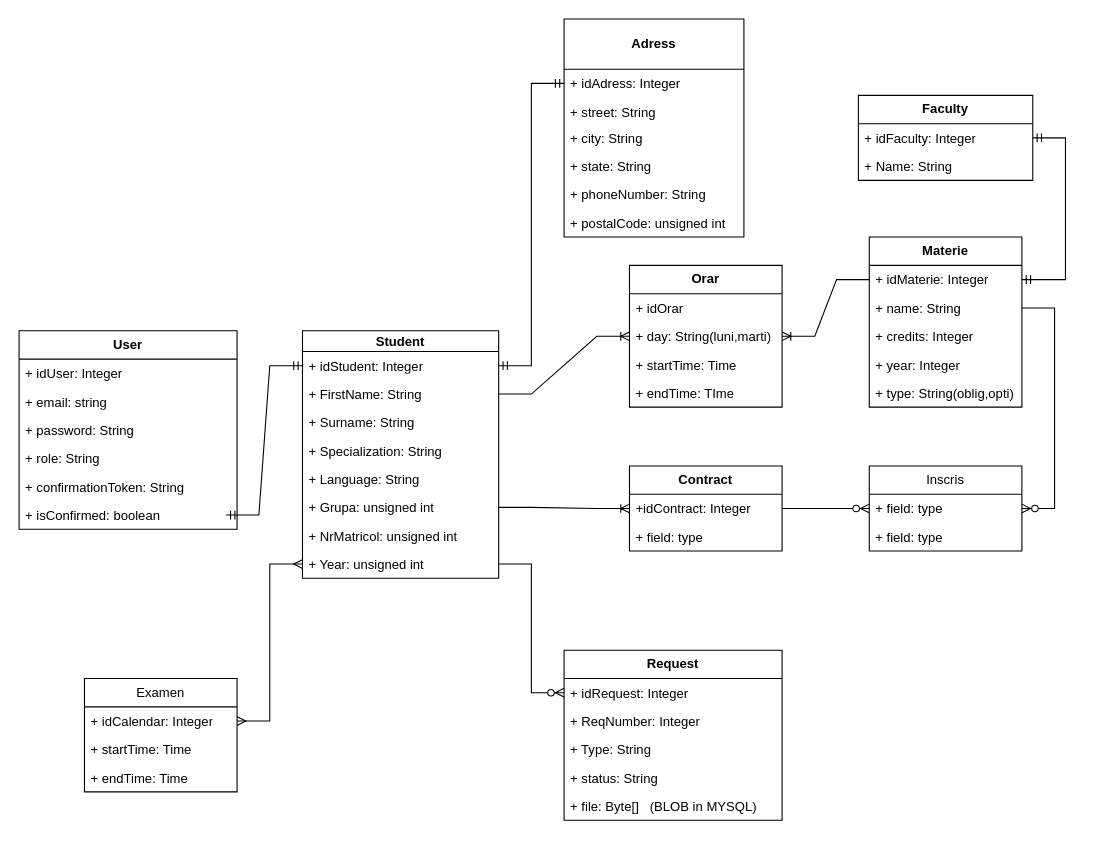
BuneaAlex/academicinfo keeps this draw.io diagram as DiagramaDB-StudInfo.drawio. Above is the earlier version. Source tidied: cells renumbered, new cells numbered last; positions are measured from the earlier drawing's top-left corner, leaving out a move shared by most shapes. Both pictures are drawn from the tidied source at 109%, with x=0, y=0 at pixel (19, 19).
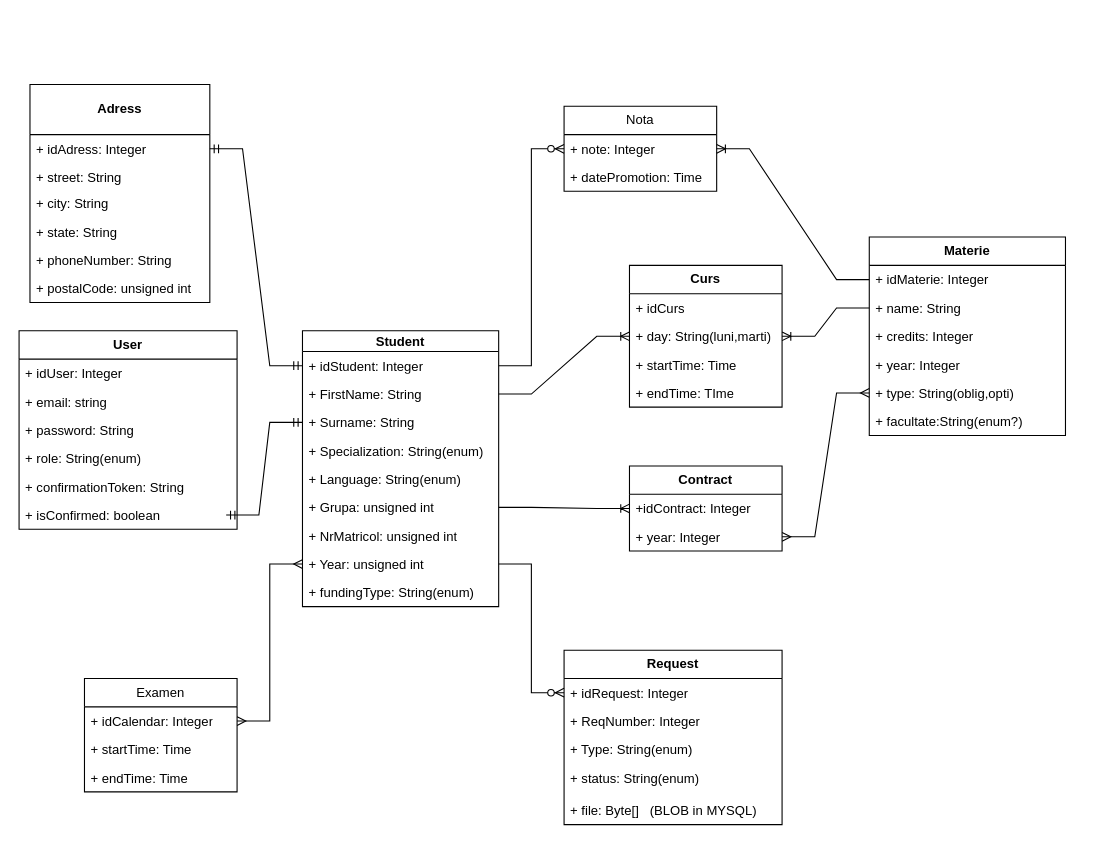
Above is the later version.

Commit message:
Database diagram v2

The change refers to these unchanged cells:
```xml
<mxCell id="2" value="&lt;b&gt;User&lt;/b&gt;" style="swimlane;fontStyle=0;horizontal=1;startSize=26;fillColor=none;whiteSpace=wrap;html=1;" parent="1" vertex="1">
  <mxGeometry y="286" width="200" height="182" as="geometry" />
</mxCell>
<mxCell id="11" value="+ idStudent: Integer" style="text;strokeColor=none;fillColor=none;align=left;verticalAlign=top;spacingLeft=4;spacingRight=4;overflow=hidden;points=[[0,0.5],[1,0.5]];portConstraint=eastwest;whiteSpace=wrap;html=1;" parent="10" vertex="1">
  <mxGeometry y="19" width="180" height="26" as="geometry" />
</mxCell>
<mxCell id="13" value="+ Surname: String" style="text;align=left;verticalAlign=top;spacingLeft=4;spacingRight=4;overflow=hidden;points=[[0,0.5],[1,0.5]];portConstraint=eastwest;" parent="10" vertex="1">
  <mxGeometry y="71" width="180" height="26" as="geometry" />
</mxCell>
<mxCell id="20" value="+ idAdress: Integer" style="text;strokeColor=none;fillColor=none;align=left;verticalAlign=top;spacingLeft=4;spacingRight=4;overflow=hidden;points=[[0,0.5],[1,0.5]];portConstraint=eastwest;whiteSpace=wrap;html=1;" parent="19" vertex="1">
  <mxGeometry y="46" width="165" height="26" as="geometry" />
</mxCell>
<mxCell id="41" value="&lt;b&gt;Contract&lt;/b&gt;" style="swimlane;fontStyle=0;horizontal=1;startSize=26;fillColor=none;whiteSpace=wrap;html=1;" parent="1" vertex="1">
  <mxGeometry x="560" y="410" width="140" height="78" as="geometry" />
</mxCell>
<mxCell id="42" value="+idContract: Integer" style="text;strokeColor=none;fillColor=none;align=left;verticalAlign=top;spacingLeft=4;spacingRight=4;overflow=hidden;points=[[0,0.5],[1,0.5]];portConstraint=eastwest;whiteSpace=wrap;html=1;" parent="41" vertex="1">
  <mxGeometry y="26" width="140" height="26" as="geometry" />
</mxCell>
<mxCell id="47" value="+ day: String(luni,marti)" style="text;strokeColor=none;fillColor=none;align=left;verticalAlign=top;spacingLeft=4;spacingRight=4;overflow=hidden;points=[[0,0.5],[1,0.5]];portConstraint=eastwest;whiteSpace=wrap;html=1;" parent="45" vertex="1">
  <mxGeometry y="52" width="140" height="26" as="geometry" />
</mxCell>
```

The edit, as a diff of the source:
```diff
@@
-    <mxCell id="5" style="edgeStyle=entityRelationEdgeStyle;fontSize=12;html=1;endArrow=ERmandOne;startArrow=ERmandOne;rounded=0;entryX=0;entryY=0.5;entryDx=0;entryDy=0;" parent="2" edge="1" target="11">
+    <mxCell id="5" style="edgeStyle=entityRelationEdgeStyle;fontSize=12;html=1;endArrow=ERmandOne;startArrow=ERmandOne;rounded=0;entryX=0;entryY=0.5;entryDx=0;entryDy=0;" parent="2" edge="1" target="13">
       <mxGeometry relative="1" as="geometry">
         <mxPoint x="190" y="169" as="sourcePoint" />
         <Array as="points">
           <mxPoint x="200" y="124" />
         </Array>
       </mxGeometry>
     </mxCell>
@@
-    <mxCell id="7" value="+ role: String" style="text;strokeColor=none;fillColor=none;align=left;verticalAlign=top;spacingLeft=4;spacingRight=4;overflow=hidden;whiteSpace=wrap;html=1;" parent="2" vertex="1">
+    <mxCell id="7" value="+ role: String(enum)" style="text;strokeColor=none;fillColor=none;align=left;verticalAlign=top;spacingLeft=4;spacingRight=4;overflow=hidden;whiteSpace=wrap;html=1;" parent="2" vertex="1">
       <mxGeometry y="104" width="200" height="26" as="geometry" />
     </mxCell>
@@
     <mxCell id="10" value="&lt;b&gt;Student&lt;/b&gt;" style="swimlane;fontStyle=0;horizontal=1;startSize=19;fillColor=none;whiteSpace=wrap;html=1;" parent="1" vertex="1">
-      <mxGeometry x="260" y="286" width="180" height="227" as="geometry" />
+      <mxGeometry x="260" y="286" width="180" height="253" as="geometry" />
     </mxCell>
@@
-    <mxCell id="14" value="+ Specialization: String" style="text;strokeColor=none;fillColor=none;align=left;verticalAlign=top;spacingLeft=4;spacingRight=4;overflow=hidden;whiteSpace=wrap;html=1;" parent="10" vertex="1">
+    <mxCell id="14" value="+ Specialization: String(enum)" style="text;strokeColor=none;fillColor=none;align=left;verticalAlign=top;spacingLeft=4;spacingRight=4;overflow=hidden;whiteSpace=wrap;html=1;" parent="10" vertex="1">
       <mxGeometry y="97" width="180" height="26" as="geometry" />
     </mxCell>
-    <mxCell id="15" value="+ Language: String" style="text;strokeColor=none;fillColor=none;align=left;verticalAlign=top;spacingLeft=4;spacingRight=4;overflow=hidden;whiteSpace=wrap;html=1;" parent="10" vertex="1">
+    <mxCell id="15" value="+ Language: String(enum)" style="text;strokeColor=none;fillColor=none;align=left;verticalAlign=top;spacingLeft=4;spacingRight=4;overflow=hidden;whiteSpace=wrap;html=1;" parent="10" vertex="1">
       <mxGeometry y="123" width="180" height="26" as="geometry" />
     </mxCell>
@@
+    <mxCell id="65" value="+ fundingType: String(enum)" style="text;strokeColor=none;fillColor=none;align=left;verticalAlign=top;spacingLeft=4;spacingRight=4;overflow=hidden;whiteSpace=wrap;html=1;" parent="10" vertex="1">
+      <mxGeometry y="227" width="180" height="26" as="geometry" />
+    </mxCell>
     <mxCell id="19" value="&lt;b&gt;Adress&lt;/b&gt;" style="swimlane;fontStyle=0;horizontal=1;startSize=46;fillColor=none;whiteSpace=wrap;html=1;" parent="1" vertex="1">
-      <mxGeometry x="500" width="165" height="200" as="geometry" />
+      <mxGeometry x="10" y="60" width="165" height="200" as="geometry" />
     </mxCell>
@@
     <mxCell id="26" value="&lt;b&gt;Request&lt;/b&gt;" style="swimlane;fontStyle=0;horizontal=1;startSize=26;fillColor=none;whiteSpace=wrap;html=1;" parent="1" vertex="1">
-      <mxGeometry x="500" y="579" width="200" height="156" as="geometry" />
+      <mxGeometry x="500" y="579" width="200" height="160" as="geometry" />
     </mxCell>
@@
-    <mxCell id="29" value="+ Type: String" style="text;strokeColor=none;fillColor=none;align=left;verticalAlign=top;spacingLeft=4;spacingRight=4;overflow=hidden;whiteSpace=wrap;html=1;" parent="26" vertex="1">
+    <mxCell id="29" value="+ Type: String(enum)" style="text;strokeColor=none;fillColor=none;align=left;verticalAlign=top;spacingLeft=4;spacingRight=4;overflow=hidden;whiteSpace=wrap;html=1;" parent="26" vertex="1">
       <mxGeometry y="78" width="200" height="26" as="geometry" />
     </mxCell>
-    <mxCell id="30" value="+ status: String" style="text;strokeColor=none;fillColor=none;align=left;verticalAlign=top;spacingLeft=4;spacingRight=4;overflow=hidden;whiteSpace=wrap;html=1;" parent="26" vertex="1">
-      <mxGeometry y="104" width="200" height="26" as="geometry" />
+    <mxCell id="30" value="+ status: String(enum)" style="text;strokeColor=none;fillColor=none;align=left;verticalAlign=top;spacingLeft=4;spacingRight=4;overflow=hidden;whiteSpace=wrap;html=1;" parent="26" vertex="1">
+      <mxGeometry y="104" width="200" height="30" as="geometry" />
     </mxCell>
     <mxCell id="31" value="+ file: Byte[]&amp;nbsp; &amp;nbsp;(BLOB in MYSQL)" style="text;strokeColor=none;fillColor=none;align=left;verticalAlign=top;spacingLeft=4;spacingRight=4;overflow=hidden;whiteSpace=wrap;html=1;" parent="26" vertex="1">
-      <mxGeometry y="130" width="200" height="26" as="geometry" />
+      <mxGeometry y="134" width="200" height="26" as="geometry" />
     </mxCell>
     <mxCell id="32" value="&lt;b&gt;Materie&lt;/b&gt;" style="swimlane;fontStyle=0;horizontal=1;startSize=26;fillColor=none;whiteSpace=wrap;html=1;" parent="1" vertex="1">
-      <mxGeometry x="780" y="200" width="140" height="156" as="geometry" />
+      <mxGeometry x="780" y="200" width="180" height="182" as="geometry" />
     </mxCell>
     <mxCell id="33" value="+ idMaterie: Integer" style="text;strokeColor=none;fillColor=none;align=left;verticalAlign=top;spacingLeft=4;spacingRight=4;overflow=hidden;points=[[0,0.5],[1,0.5]];portConstraint=eastwest;whiteSpace=wrap;html=1;" parent="32" vertex="1">
-      <mxGeometry y="26" width="140" height="26" as="geometry" />
+      <mxGeometry y="26" width="180" height="26" as="geometry" />
     </mxCell>
     <mxCell id="34" value="+ name: String" style="text;strokeColor=none;fillColor=none;align=left;verticalAlign=top;spacingLeft=4;spacingRight=4;overflow=hidden;points=[[0,0.5],[1,0.5]];portConstraint=eastwest;whiteSpace=wrap;html=1;" parent="32" vertex="1">
-      <mxGeometry y="52" width="140" height="26" as="geometry" />
+      <mxGeometry y="52" width="180" height="26" as="geometry" />
     </mxCell>
     <mxCell id="35" value="+ credits: Integer" style="text;strokeColor=none;fillColor=none;align=left;verticalAlign=top;spacingLeft=4;spacingRight=4;overflow=hidden;whiteSpace=wrap;html=1;" parent="32" vertex="1">
-      <mxGeometry y="78" width="140" height="26" as="geometry" />
+      <mxGeometry y="78" width="180" height="26" as="geometry" />
     </mxCell>
     <mxCell id="36" value="+ year: Integer" style="text;strokeColor=none;fillColor=none;align=left;verticalAlign=top;spacingLeft=4;spacingRight=4;overflow=hidden;whiteSpace=wrap;html=1;" parent="32" vertex="1">
-      <mxGeometry y="104" width="140" height="26" as="geometry" />
+      <mxGeometry y="104" width="180" height="26" as="geometry" />
     </mxCell>
     <mxCell id="37" value="+ type: String(oblig,opti)" style="text;strokeColor=none;fillColor=none;align=left;verticalAlign=top;spacingLeft=4;spacingRight=4;overflow=hidden;points=[[0,0.5],[1,0.5]];portConstraint=eastwest;whiteSpace=wrap;html=1;" parent="32" vertex="1">
-      <mxGeometry y="130" width="140" height="26" as="geometry" />
+      <mxGeometry y="130" width="180" height="26" as="geometry" />
     </mxCell>
-    <mxCell id="38" value="Inscris" style="swimlane;fontStyle=0;horizontal=1;startSize=26;fillColor=none;whiteSpace=wrap;html=1;" parent="1" vertex="1">
-      <mxGeometry x="780" y="410" width="140" height="78" as="geometry" />
-    </mxCell>
-    <mxCell id="39" value="+ field: type" style="text;strokeColor=none;fillColor=none;align=left;verticalAlign=top;spacingLeft=4;spacingRight=4;overflow=hidden;points=[[0,0.5],[1,0.5]];portConstraint=eastwest;whiteSpace=wrap;html=1;" parent="38" vertex="1">
-      <mxGeometry y="26" width="140" height="26" as="geometry" />
-    </mxCell>
-    <mxCell id="40" value="+ field: type" style="text;strokeColor=none;fillColor=none;align=left;verticalAlign=top;spacingLeft=4;spacingRight=4;overflow=hidden;whiteSpace=wrap;html=1;" parent="38" vertex="1">
-      <mxGeometry y="52" width="140" height="26" as="geometry" />
-    </mxCell>
+    <mxCell id="66" value="+ facultate:String(enum?)" style="text;strokeColor=none;fillColor=none;align=left;verticalAlign=top;spacingLeft=4;spacingRight=4;overflow=hidden;whiteSpace=wrap;html=1;" parent="32" vertex="1">
+      <mxGeometry y="156" width="180" height="26" as="geometry" />
+    </mxCell>
@@
-    <mxCell id="43" value="+ field: type" style="text;strokeColor=none;fillColor=none;align=left;verticalAlign=top;spacingLeft=4;spacingRight=4;overflow=hidden;points=[[0,0.5],[1,0.5]];portConstraint=eastwest;whiteSpace=wrap;html=1;" parent="41" vertex="1">
+    <mxCell id="43" value="+ year: Integer" style="text;strokeColor=none;fillColor=none;align=left;verticalAlign=top;spacingLeft=4;spacingRight=4;overflow=hidden;points=[[0,0.5],[1,0.5]];portConstraint=eastwest;whiteSpace=wrap;html=1;" parent="41" vertex="1">
       <mxGeometry y="52" width="140" height="26" as="geometry" />
     </mxCell>
-    <mxCell id="44" style="edgeStyle=entityRelationEdgeStyle;fontSize=12;html=1;endArrow=ERmandOne;startArrow=ERmandOne;rounded=0;entryX=1;entryY=0.5;entryDx=0;entryDy=0;" parent="1" edge="1" source="60" target="33">
-      <mxGeometry relative="1" as="geometry">
-        <Array as="points">
-          <mxPoint x="610" y="220" />
-          <mxPoint x="640" y="290" />
-          <mxPoint x="610" y="210" />
-        </Array>
-      </mxGeometry>
-    </mxCell>
-    <mxCell id="45" value="&lt;b&gt;Orar&lt;/b&gt;" style="swimlane;fontStyle=0;horizontal=1;startSize=26;fillColor=none;whiteSpace=wrap;html=1;" parent="1" vertex="1">
+    <mxCell id="45" value="&lt;b&gt;Curs&lt;/b&gt;" style="swimlane;fontStyle=0;horizontal=1;startSize=26;fillColor=none;whiteSpace=wrap;html=1;" parent="1" vertex="1">
       <mxGeometry x="560" y="226" width="140" height="130" as="geometry" />
     </mxCell>
-    <mxCell id="46" value="+ idOrar" style="text;strokeColor=none;fillColor=none;align=left;verticalAlign=top;spacingLeft=4;spacingRight=4;overflow=hidden;whiteSpace=wrap;html=1;" parent="45" vertex="1">
+    <mxCell id="46" value="+ idCurs" style="text;strokeColor=none;fillColor=none;align=left;verticalAlign=top;spacingLeft=4;spacingRight=4;overflow=hidden;whiteSpace=wrap;html=1;" parent="45" vertex="1">
       <mxGeometry y="26" width="140" height="26" as="geometry" />
     </mxCell>
@@
-    <mxCell id="51" style="edgeStyle=entityRelationEdgeStyle;fontSize=12;html=1;endArrow=ERmandOne;startArrow=ERmandOne;rounded=0;exitX=1;exitY=0.5;exitDx=0;exitDy=0;entryX=0;entryY=0.5;entryDx=0;entryDy=0;" parent="1" edge="1" source="11" target="20">
-      <mxGeometry relative="1" as="geometry" />
+    <mxCell id="51" style="edgeStyle=entityRelationEdgeStyle;fontSize=12;html=1;endArrow=ERmandOne;startArrow=ERmandOne;rounded=0;entryX=1;entryY=0.5;entryDx=0;entryDy=0;strokeColor=default;exitX=0;exitY=0.5;exitDx=0;exitDy=0;" parent="1" edge="1" source="11" target="20">
+      <mxGeometry relative="1" as="geometry">
+        <Array as="points">
+          <mxPoint x="220" y="251" />
+        </Array>
+      </mxGeometry>
     </mxCell>
@@
-    <mxCell id="58" style="edgeStyle=entityRelationEdgeStyle;fontSize=12;html=1;endArrow=ERzeroToMany;endFill=1;rounded=0;entryX=1;entryY=0.5;entryDx=0;entryDy=0;exitX=1;exitY=0.5;exitDx=0;exitDy=0;" parent="1" edge="1" source="34" target="39">
-      <mxGeometry relative="1" as="geometry" />
-    </mxCell>
-    <mxCell id="59" value="&lt;b&gt;Faculty&lt;/b&gt;" style="swimlane;fontStyle=0;horizontal=1;startSize=26;fillColor=none;whiteSpace=wrap;html=1;" parent="1" vertex="1">
-      <mxGeometry x="770" y="70" width="160" height="78" as="geometry" />
-    </mxCell>
-    <mxCell id="60" value="+ idFaculty: Integer" style="text;strokeColor=none;fillColor=none;align=left;verticalAlign=top;spacingLeft=4;spacingRight=4;overflow=hidden;points=[[0,0.5],[1,0.5]];portConstraint=eastwest;whiteSpace=wrap;html=1;" parent="59" vertex="1">
-      <mxGeometry y="26" width="160" height="26" as="geometry" />
-    </mxCell>
-    <mxCell id="61" value="+ Name: String" style="text;strokeColor=none;fillColor=none;align=left;verticalAlign=top;spacingLeft=4;spacingRight=4;overflow=hidden;whiteSpace=wrap;html=1;" parent="59" vertex="1">
-      <mxGeometry y="52" width="160" height="26" as="geometry" />
-    </mxCell>
@@
-    <mxCell id="63" style="edgeStyle=entityRelationEdgeStyle;fontSize=12;html=1;endArrow=ERoneToMany;rounded=0;exitX=0;exitY=0.5;exitDx=0;exitDy=0;" parent="1" edge="1" source="33" target="47">
+    <mxCell id="63" style="edgeStyle=entityRelationEdgeStyle;fontSize=12;html=1;endArrow=ERoneToMany;rounded=0;exitX=0;exitY=0.5;exitDx=0;exitDy=0;" parent="1" edge="1" source="34" target="47">
       <mxGeometry relative="1" as="geometry" />
     </mxCell>
-    <mxCell id="64" style="edgeStyle=entityRelationEdgeStyle;fontSize=12;html=1;endArrow=ERzeroToMany;endFill=1;rounded=0;exitX=1;exitY=0.5;exitDx=0;exitDy=0;entryX=0;entryY=0.5;entryDx=0;entryDy=0;" parent="1" edge="1" source="42" target="39">
-      <mxGeometry relative="1" as="geometry" />
-    </mxCell>
+    <mxCell id="67" value="Nota" style="swimlane;fontStyle=0;horizontal=1;startSize=26;fillColor=none;whiteSpace=wrap;html=1;" parent="1" vertex="1">
+      <mxGeometry x="500" y="80" width="140" height="78" as="geometry" />
+    </mxCell>
+    <mxCell id="68" value="+ note: Integer" style="text;strokeColor=none;fillColor=none;align=left;verticalAlign=top;spacingLeft=4;spacingRight=4;overflow=hidden;points=[[0,0.5],[1,0.5]];portConstraint=eastwest;whiteSpace=wrap;html=1;" parent="67" vertex="1">
+      <mxGeometry y="26" width="140" height="26" as="geometry" />
+    </mxCell>
+    <mxCell id="69" value="+ datePromotion: Time" style="text;strokeColor=none;fillColor=none;align=left;verticalAlign=top;spacingLeft=4;spacingRight=4;overflow=hidden;whiteSpace=wrap;html=1;" parent="67" vertex="1">
+      <mxGeometry y="52" width="140" height="26" as="geometry" />
+    </mxCell>
+    <mxCell id="70" style="edgeStyle=entityRelationEdgeStyle;fontSize=12;html=1;endArrow=ERzeroToMany;endFill=1;rounded=0;exitX=1;exitY=0.5;exitDx=0;exitDy=0;entryX=0;entryY=0.5;entryDx=0;entryDy=0;" parent="1" edge="1" source="11" target="68">
+      <mxGeometry relative="1" as="geometry" />
+    </mxCell>
+    <mxCell id="71" style="edgeStyle=entityRelationEdgeStyle;fontSize=12;html=1;endArrow=ERoneToMany;rounded=0;exitX=0;exitY=0.5;exitDx=0;exitDy=0;entryX=1;entryY=0.5;entryDx=0;entryDy=0;" parent="1" edge="1" source="33" target="68">
+      <mxGeometry relative="1" as="geometry" />
+    </mxCell>
+    <mxCell id="72" style="edgeStyle=entityRelationEdgeStyle;fontSize=12;html=1;endArrow=ERmany;startArrow=ERmany;rounded=0;entryX=0;entryY=0.5;entryDx=0;entryDy=0;exitX=1;exitY=0.5;exitDx=0;exitDy=0;" parent="1" edge="1" source="43" target="37">
+      <mxGeometry relative="1" as="geometry" />
+    </mxCell>
```
